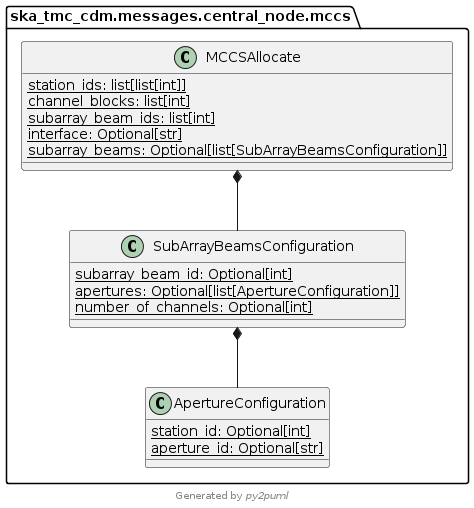
ska-telescope/cdm-shared-library keeps this PlantUML diagram as docs/src/developer/centralnode/mccs.png. Above is the earlier version. The source it was exported from:
```plantuml
@startuml
!pragma useIntermediatePackages false

class ska_tmc_cdm.messages.central_node.mccs.ApertureConfiguration {
  station_id: Optional[int] {static}
  aperture_id: Optional[str] {static}
}
class ska_tmc_cdm.messages.central_node.mccs.MCCSAllocate {
  station_ids: list[list[int]] {static}
  channel_blocks: list[int] {static}
  subarray_beam_ids: list[int] {static}
  interface: Optional[str] {static}
  subarray_beams: Optional[list[SubArrayBeamsConfiguration]] {static}
}
class ska_tmc_cdm.messages.central_node.mccs.SubArrayBeamsConfiguration {
  subarray_beam_id: Optional[int] {static}
  apertures: Optional[list[ApertureConfiguration]] {static}
  number_of_channels: Optional[int] {static}
}
ska_tmc_cdm.messages.central_node.mccs.MCCSAllocate *-- ska_tmc_cdm.messages.central_node.mccs.SubArrayBeamsConfiguration
ska_tmc_cdm.messages.central_node.mccs.SubArrayBeamsConfiguration *-- ska_tmc_cdm.messages.central_node.mccs.ApertureConfiguration
footer Generated by //py2puml//
@enduml
```
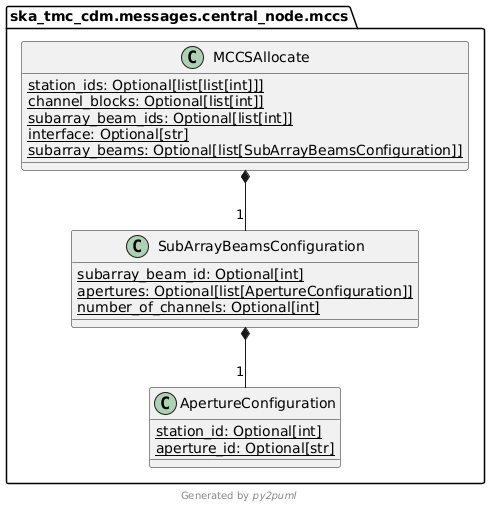
The same file after the commit.

Change to the diagram source:
```diff
@@ -6,9 +6,9 @@
   aperture_id: Optional[str] {static}
 }
 class ska_tmc_cdm.messages.central_node.mccs.MCCSAllocate {
-  station_ids: list[list[int]] {static}
-  channel_blocks: list[int] {static}
-  subarray_beam_ids: list[int] {static}
+  station_ids: Optional[list[list[int]]] {static}
+  channel_blocks: Optional[list[int]] {static}
+  subarray_beam_ids: Optional[list[int]] {static}
   interface: Optional[str] {static}
   subarray_beams: Optional[list[SubArrayBeamsConfiguration]] {static}
 }
@@ -17,7 +17,7 @@
   apertures: Optional[list[ApertureConfiguration]] {static}
   number_of_channels: Optional[int] {static}
 }
-ska_tmc_cdm.messages.central_node.mccs.MCCSAllocate *-- ska_tmc_cdm.messages.central_node.mccs.SubArrayBeamsConfiguration
-ska_tmc_cdm.messages.central_node.mccs.SubArrayBeamsConfiguration *-- ska_tmc_cdm.messages.central_node.mccs.ApertureConfiguration
+ska_tmc_cdm.messages.central_node.mccs.MCCSAllocate *-- "1" ska_tmc_cdm.messages.central_node.mccs.SubArrayBeamsConfiguration
+ska_tmc_cdm.messages.central_node.mccs.SubArrayBeamsConfiguration *-- "1" ska_tmc_cdm.messages.central_node.mccs.ApertureConfiguration
 footer Generated by //py2puml//
 @enduml
```
